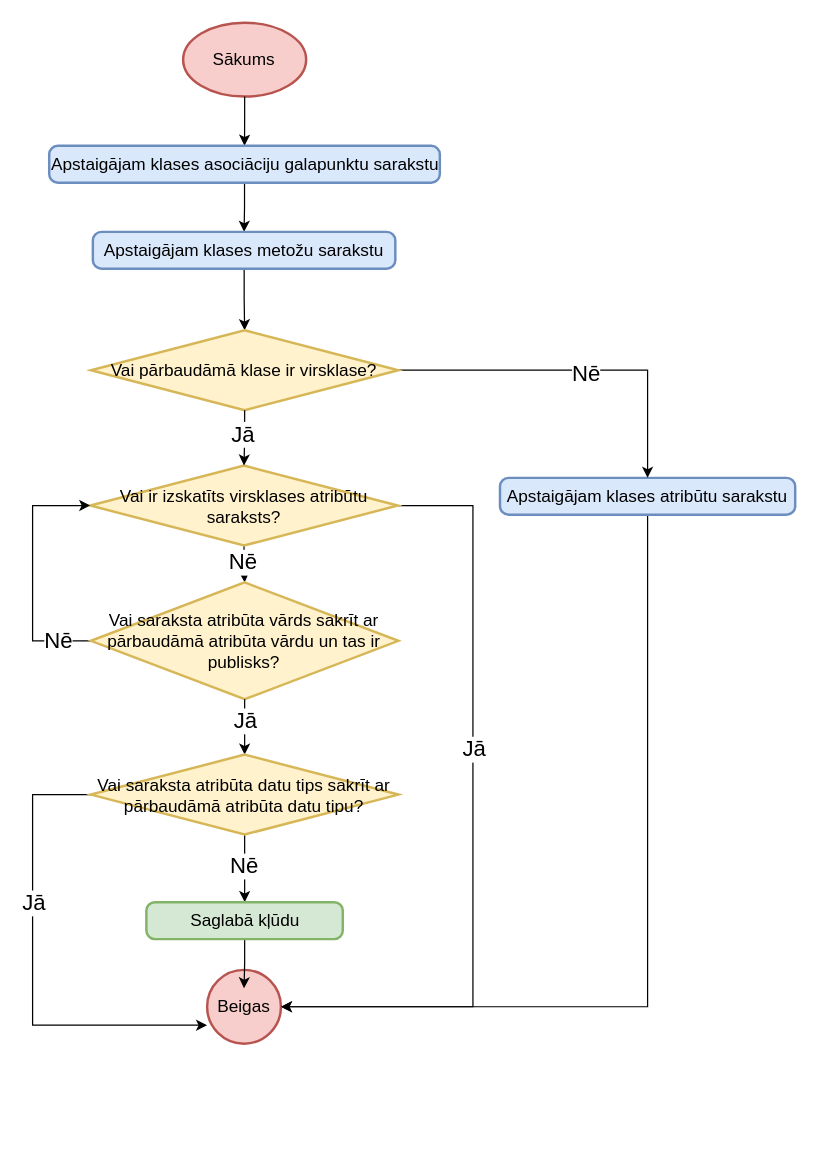
This is page "Mainīga vārda pārbaude" (5 of 5) of src/Qualification project/Documentation/Diagrammas/Kompilators/Lauki un mainīgie.drawio from artiks12/webAppOS, a draw.io file, before an edit. Source tidied: cells renumbered, new cells numbered last; positions are measured from the earlier drawing's top-left corner, leaving out a move shared by most shapes. Both pictures are drawn from the tidied source at 123%, with x=0, y=0 at pixel (32, 22).
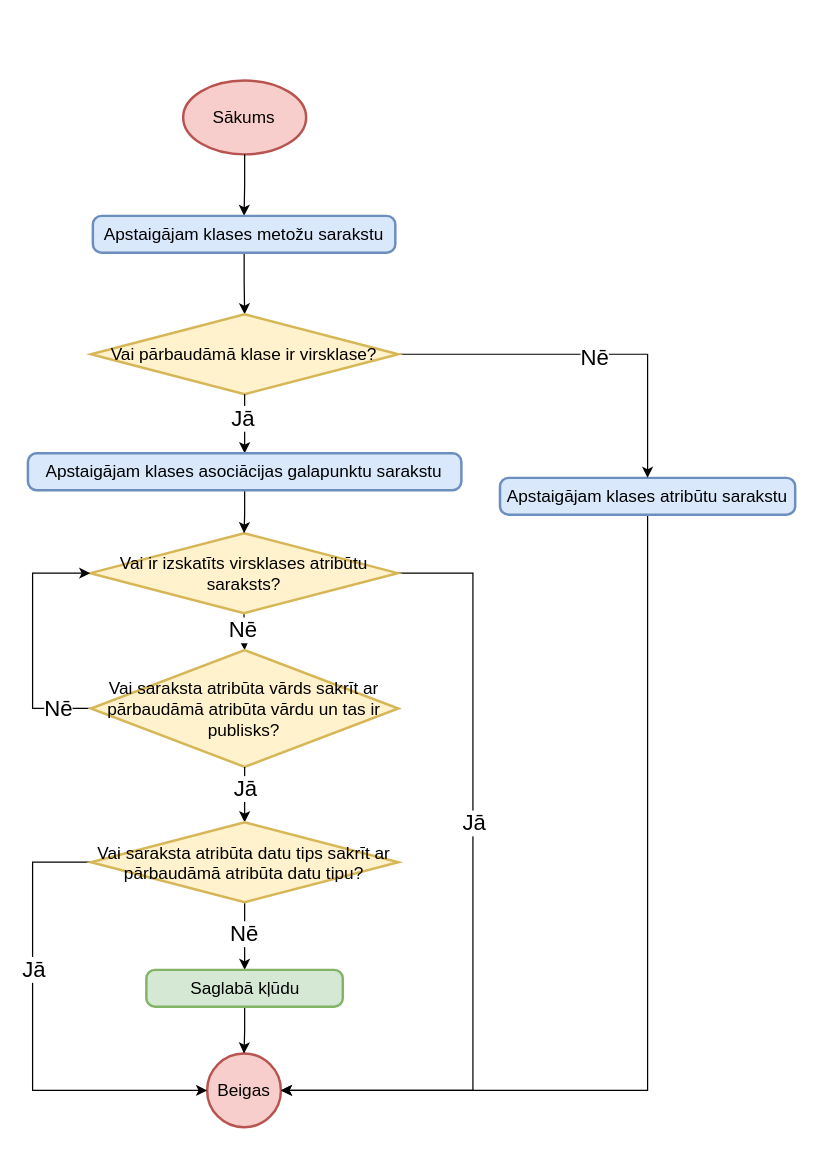
The same page after the edit.

The change refers to these unchanged cells:
```xml
<mxCell id="9" value="Apstaigājam klases atribūtu sarakstu" style="rounded=1;whiteSpace=wrap;html=1;absoluteArcSize=1;arcSize=14;strokeWidth=2;fontSize=14;fillColor=#dae8fc;strokeColor=#6c8ebf;" parent="1" vertex="1">
  <mxGeometry x="380" y="370" width="240" height="30" as="geometry" />
</mxCell>
```

Change to the diagram source:
```diff
@@
     <mxCell id="2" value="Sākums" style="strokeWidth=2;html=1;shape=mxgraph.flowchart.start_1;whiteSpace=wrap;fontSize=14;fillColor=#f8cecc;strokeColor=#b85450;" parent="1" vertex="1">
-      <mxGeometry x="122.4" width="100" height="60" as="geometry" />
+      <mxGeometry x="122.4" y="47" width="100" height="60" as="geometry" />
     </mxCell>
-    <mxCell id="3" style="edgeStyle=orthogonalEdgeStyle;rounded=0;jettySize=auto;html=1;entryX=0.5;entryY=0;entryDx=0;entryDy=0;fontSize=18;exitX=0.5;exitY=1;exitDx=0;exitDy=0;exitPerimeter=0;" parent="1" edge="1" source="2" target="5">
-      <mxGeometry relative="1" as="geometry" />
-    </mxCell>
-    <mxCell id="4" style="edgeStyle=orthogonalEdgeStyle;rounded=0;jettySize=auto;html=1;entryX=0.5;entryY=0;entryDx=0;entryDy=0;fontSize=18;" parent="1" edge="1" source="5" target="7">
+    <mxCell id="4" style="edgeStyle=orthogonalEdgeStyle;rounded=0;jettySize=auto;html=1;entryX=0.5;entryY=0;entryDx=0;entryDy=0;fontSize=18;exitX=0.5;exitY=1;exitDx=0;exitDy=0;exitPerimeter=0;" parent="1" edge="1" source="2" target="7">
       <mxGeometry relative="1" as="geometry" />
     </mxCell>
-    <mxCell id="5" value="&lt;span style=&quot;font-family: &amp;#34;helvetica&amp;#34;&quot;&gt;Apstaigājam klases asociāciju galapunktu sarakstu&lt;/span&gt;" style="rounded=1;whiteSpace=wrap;html=1;absoluteArcSize=1;arcSize=14;strokeWidth=2;fontSize=14;fillColor=#dae8fc;strokeColor=#6c8ebf;" parent="1" vertex="1">
-      <mxGeometry x="13.5" y="100" width="317.6" height="30" as="geometry" />
-    </mxCell>
@@
     <mxCell id="7" value="Apstaigājam klases metožu sarakstu" style="rounded=1;whiteSpace=wrap;html=1;absoluteArcSize=1;arcSize=14;strokeWidth=2;fontSize=14;fillColor=#dae8fc;strokeColor=#6c8ebf;" parent="1" vertex="1">
-      <mxGeometry x="49" y="170" width="245.9" height="30" as="geometry" />
+      <mxGeometry x="49" y="157" width="245.9" height="30" as="geometry" />
     </mxCell>
     <mxCell id="8" style="edgeStyle=orthogonalEdgeStyle;rounded=0;jettySize=auto;html=1;entryX=1;entryY=0.5;entryDx=0;entryDy=0;entryPerimeter=0;" parent="1" edge="1" source="9" target="10">
       <mxGeometry relative="1" as="geometry">
         <Array as="points">
-          <mxPoint x="500" y="800" />
+          <mxPoint x="500" y="868" />
         </Array>
       </mxGeometry>
     </mxCell>
@@
     <mxCell id="10" value="Beigas" style="strokeWidth=2;html=1;shape=mxgraph.flowchart.start_2;whiteSpace=wrap;fontSize=14;fillColor=#f8cecc;strokeColor=#b85450;" parent="1" vertex="1">
-      <mxGeometry x="141.9" y="770" width="60" height="60" as="geometry" />
+      <mxGeometry x="141.9" y="838" width="60" height="60" as="geometry" />
     </mxCell>
@@
     <mxCell id="13" value="Vai pārbaudāmā klase ir virsklase?" style="strokeWidth=2;html=1;shape=mxgraph.flowchart.decision;whiteSpace=wrap;fontSize=14;fillColor=#fff2cc;strokeColor=#d6b656;" parent="1" vertex="1">
-      <mxGeometry x="47.4" y="250" width="250" height="65" as="geometry" />
+      <mxGeometry x="47.4" y="237" width="250" height="65" as="geometry" />
     </mxCell>
@@
     <mxCell id="16" style="edgeStyle=orthogonalEdgeStyle;rounded=0;jettySize=auto;html=1;exitX=1;exitY=0.5;exitDx=0;exitDy=0;exitPerimeter=0;fontSize=18;entryX=1;entryY=0.5;entryDx=0;entryDy=0;entryPerimeter=0;" parent="1" edge="1" source="18" target="10">
       <mxGeometry relative="1" as="geometry">
         <Array as="points">
-          <mxPoint x="358" y="393" />
-          <mxPoint x="358" y="800" />
+          <mxPoint x="358" y="448" />
+          <mxPoint x="358" y="868" />
         </Array>
       </mxGeometry>
     </mxCell>
@@
     <mxCell id="18" value="Vai ir izskatīts virsklases atribūtu saraksts?" style="strokeWidth=2;html=1;shape=mxgraph.flowchart.decision;whiteSpace=wrap;fontSize=14;fillColor=#fff2cc;strokeColor=#d6b656;" parent="1" vertex="1">
-      <mxGeometry x="46.9" y="360" width="250" height="65" as="geometry" />
+      <mxGeometry x="46.9" y="415" width="250" height="65" as="geometry" />
     </mxCell>
     <mxCell id="19" style="edgeStyle=orthogonalEdgeStyle;rounded=0;jettySize=auto;html=1;entryX=0;entryY=0.5;entryDx=0;entryDy=0;entryPerimeter=0;fontSize=18;exitX=0;exitY=0.5;exitDx=0;exitDy=0;exitPerimeter=0;" parent="1" edge="1" source="21" target="18">
       <mxGeometry relative="1" as="geometry">
         <Array as="points">
-          <mxPoint y="503" />
-          <mxPoint y="393" />
+          <mxPoint y="558" />
+          <mxPoint y="448" />
+          <mxPoint x="47" y="448" />
         </Array>
       </mxGeometry>
     </mxCell>
@@
     <mxCell id="21" value="Vai saraksta atribūta vārds sakrīt ar pārbaudāmā atribūta vārdu un tas ir publisks?" style="strokeWidth=2;html=1;shape=mxgraph.flowchart.decision;whiteSpace=wrap;fontSize=14;fillColor=#fff2cc;strokeColor=#d6b656;" parent="1" vertex="1">
-      <mxGeometry x="47.4" y="455" width="250" height="95" as="geometry" />
+      <mxGeometry x="47.4" y="510" width="250" height="95" as="geometry" />
     </mxCell>
-    <mxCell id="22" style="edgeStyle=orthogonalEdgeStyle;rounded=0;jettySize=auto;html=1;entryX=0.5;entryY=0;entryDx=0;entryDy=0;entryPerimeter=0;fontSize=18;exitX=0.5;exitY=1;exitDx=0;exitDy=0;exitPerimeter=0;" parent="1" edge="1" source="13" target="18">
+    <mxCell id="22" style="edgeStyle=orthogonalEdgeStyle;rounded=0;jettySize=auto;html=1;entryX=0.5;entryY=0;entryDx=0;entryDy=0;fontSize=18;exitX=0.5;exitY=1;exitDx=0;exitDy=0;exitPerimeter=0;" parent="1" edge="1" source="13" target="34">
       <mxGeometry relative="1" as="geometry" />
     </mxCell>
     <mxCell id="23" value="Jā" style="edgeLabel;html=1;align=center;verticalAlign=middle;fontSize=18;labelBackgroundColor=#FFFFFF;" parent="1" vertex="1">
-      <mxGeometry x="170.9" y="334" as="geometry" />
+      <mxGeometry x="170.9" y="321" as="geometry" />
     </mxCell>
@@
-    <mxCell id="27" style="edgeStyle=orthogonalEdgeStyle;rounded=0;jettySize=auto;html=1;entryX=0;entryY=0.5;entryDx=0;entryDy=0;entryPerimeter=0;" parent="1" edge="1" source="29">
+    <mxCell id="27" style="edgeStyle=orthogonalEdgeStyle;rounded=0;jettySize=auto;html=1;entryX=0;entryY=0.5;entryDx=0;entryDy=0;entryPerimeter=0;exitX=0;exitY=0.5;exitDx=0;exitDy=0;exitPerimeter=0;" parent="1" edge="1" source="29" target="10">
       <mxGeometry relative="1" as="geometry">
-        <mxPoint x="141.9" y="815" as="targetPoint" />
         <Array as="points">
-          <mxPoint y="628" />
-          <mxPoint y="815" />
+          <mxPoint y="683" />
+          <mxPoint y="868" />
         </Array>
       </mxGeometry>
     </mxCell>
@@
     <mxCell id="29" value="Vai saraksta atribūta datu tips sakrīt ar pārbaudāmā atribūta datu tipu?" style="strokeWidth=2;html=1;shape=mxgraph.flowchart.decision;whiteSpace=wrap;fontSize=14;fillColor=#fff2cc;strokeColor=#d6b656;" parent="1" vertex="1">
-      <mxGeometry x="47.4" y="595" width="250" height="65" as="geometry" />
+      <mxGeometry x="47.4" y="650" width="250" height="65" as="geometry" />
     </mxCell>
-    <mxCell id="30" style="edgeStyle=orthogonalEdgeStyle;rounded=0;jettySize=auto;html=1;" parent="1" edge="1" source="31">
-      <mxGeometry relative="1" as="geometry">
-        <mxPoint x="171.9" y="785" as="targetPoint" />
-      </mxGeometry>
+    <mxCell id="30" style="edgeStyle=orthogonalEdgeStyle;rounded=0;jettySize=auto;html=1;entryX=0.5;entryY=0;entryDx=0;entryDy=0;entryPerimeter=0;" parent="1" edge="1" source="31" target="10">
+      <mxGeometry relative="1" as="geometry" />
     </mxCell>
     <mxCell id="31" value="Saglabā kļūdu" style="rounded=1;whiteSpace=wrap;html=1;absoluteArcSize=1;arcSize=14;strokeWidth=2;fontSize=14;fillColor=#d5e8d4;strokeColor=#82b366;" parent="1" vertex="1">
-      <mxGeometry x="92.5" y="715" width="159.7" height="30" as="geometry" />
+      <mxGeometry x="92.5" y="770" width="159.7" height="30" as="geometry" />
     </mxCell>
     <mxCell id="32" value="Nē" style="edgeLabel;html=1;align=center;verticalAlign=middle;fontSize=18;labelBackgroundColor=#FFFFFF;" parent="1" vertex="1">
-      <mxGeometry x="171.9" y="685" as="geometry" />
+      <mxGeometry x="171.9" y="740" as="geometry" />
     </mxCell>
+    <mxCell id="33" style="edgeStyle=orthogonalEdgeStyle;rounded=0;jettySize=auto;html=1;" parent="1" edge="1" source="34" target="18">
+      <mxGeometry relative="1" as="geometry" />
+    </mxCell>
+    <mxCell id="34" value="Apstaigājam klases asociācijas galapunktu sarakstu" style="rounded=1;whiteSpace=wrap;html=1;absoluteArcSize=1;arcSize=14;strokeWidth=2;fontSize=14;fillColor=#dae8fc;strokeColor=#6c8ebf;" parent="1" vertex="1">
+      <mxGeometry x="-3.8" y="350" width="352.4" height="30" as="geometry" />
+    </mxCell>
```
